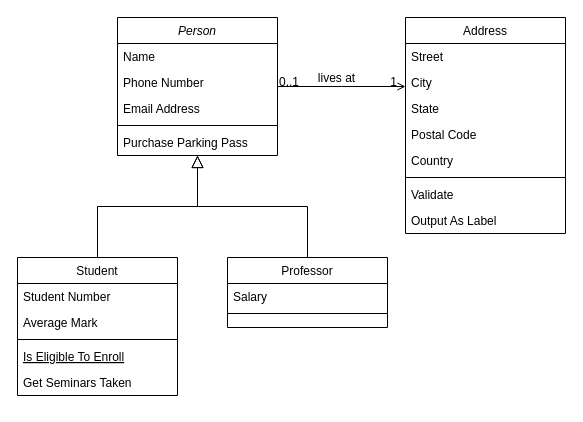
This is schemas/Diagram bez tytułu.drawio from wesol/schemas-drawio, a draw.io file, before an edit. Source tidied: cells renumbered, new cells numbered last; positions are measured from the earlier drawing's top-left corner, leaving out a move shared by most shapes. Both pictures are drawn from the tidied source at 100%, with x=0, y=0 at pixel (17, 17).
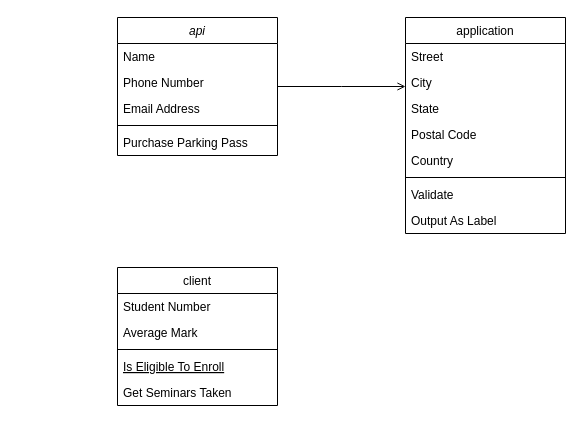
After the change.

The change refers to these unchanged cells:
```xml
<mxCell id="28" style="endArrow=open;shadow=0;strokeWidth=1;rounded=0;endFill=1;edgeStyle=elbowEdgeStyle;elbow=vertical;" parent="1" edge="1" source="2" target="19">
  <mxGeometry x="0.5" y="41" relative="1" as="geometry">
    <mxPoint x="-40" y="32" as="offset" />
  </mxGeometry>
</mxCell>
```

Diff of the diagram source:
```diff
@@
-    <mxCell id="2" value="Person" style="swimlane;fontStyle=2;align=center;verticalAlign=top;horizontal=1;startSize=26;rounded=0;shadow=0;strokeWidth=1;" parent="1" vertex="1">
+    <mxCell id="2" value="api" style="swimlane;fontStyle=2;align=center;verticalAlign=top;horizontal=1;startSize=26;rounded=0;shadow=0;strokeWidth=1;" parent="1" vertex="1">
       <mxGeometry x="100" width="160" height="138" as="geometry" />
     </mxCell>
@@
-    <mxCell id="8" value="Student" style="swimlane;fontStyle=0;align=center;verticalAlign=top;horizontal=1;startSize=26;rounded=0;shadow=0;strokeWidth=1;" parent="1" vertex="1">
-      <mxGeometry y="240" width="160" height="138" as="geometry" />
+    <mxCell id="8" value="client" style="swimlane;fontStyle=0;align=center;verticalAlign=top;horizontal=1;startSize=26;rounded=0;shadow=0;strokeWidth=1;" parent="1" vertex="1">
+      <mxGeometry x="100" y="250" width="160" height="138" as="geometry" />
     </mxCell>
@@
-    <mxCell id="14" style="endArrow=block;endSize=10;endFill=0;shadow=0;strokeWidth=1;rounded=0;edgeStyle=elbowEdgeStyle;elbow=vertical;" parent="1" edge="1" source="8" target="2">
-      <mxGeometry relative="1" as="geometry" />
-    </mxCell>
-    <mxCell id="15" value="Professor" style="swimlane;fontStyle=0;align=center;verticalAlign=top;horizontal=1;startSize=26;rounded=0;shadow=0;strokeWidth=1;" parent="1" vertex="1">
-      <mxGeometry x="210" y="240" width="160" height="70" as="geometry" />
-    </mxCell>
-    <mxCell id="16" value="Salary" style="text;align=left;verticalAlign=top;spacingLeft=4;spacingRight=4;overflow=hidden;" parent="15" vertex="1">
-      <mxGeometry y="26" width="160" height="26" as="geometry" />
-    </mxCell>
-    <mxCell id="17" style="line;html=1;strokeWidth=1;align=left;verticalAlign=middle;spacingTop=-1;spacingLeft=3;spacingRight=3;labelPosition=right;" parent="15" vertex="1">
-      <mxGeometry y="52" width="160" height="8" as="geometry" />
-    </mxCell>
-    <mxCell id="18" style="endArrow=block;endSize=10;endFill=0;shadow=0;strokeWidth=1;rounded=0;edgeStyle=elbowEdgeStyle;elbow=vertical;" parent="1" edge="1" source="15" target="2">
-      <mxGeometry relative="1" as="geometry" />
-    </mxCell>
-    <mxCell id="19" value="Address" style="swimlane;fontStyle=0;align=center;verticalAlign=top;horizontal=1;startSize=26;rounded=0;shadow=0;strokeWidth=1;" parent="1" vertex="1">
+    <mxCell id="19" value="application" style="swimlane;fontStyle=0;align=center;verticalAlign=top;horizontal=1;startSize=26;rounded=0;shadow=0;strokeWidth=1;" parent="1" vertex="1">
       <mxGeometry x="388" width="160" height="216" as="geometry" />
     </mxCell>
@@
-    <mxCell id="29" value="0..1" style="align=left;verticalAlign=bottom;labelBackgroundColor=none;fontSize=12;" parent="28" vertex="1">
+    <mxCell id="29" style="align=left;verticalAlign=bottom;labelBackgroundColor=none;fontSize=12;" parent="28" vertex="1">
       <mxGeometry x="-1" relative="1" as="geometry">
         <mxPoint y="4" as="offset" />
       </mxGeometry>
     </mxCell>
-    <mxCell id="30" value="1" style="align=right;verticalAlign=bottom;labelBackgroundColor=none;fontSize=12;" parent="28" vertex="1">
-      <mxGeometry x="1" relative="1" as="geometry">
-        <mxPoint x="-7" y="4" as="offset" />
-      </mxGeometry>
-    </mxCell>
-    <mxCell id="31" value="lives at" style="text;html=1;align=center;verticalAlign=middle;labelBackgroundColor=none;rounded=0;shadow=0;strokeWidth=1;fontSize=12;" parent="28" vertex="1">
-      <mxGeometry x="0.5" y="49" relative="1" as="geometry">
-        <mxPoint x="-38" y="40" as="offset" />
-      </mxGeometry>
-    </mxCell>
```
